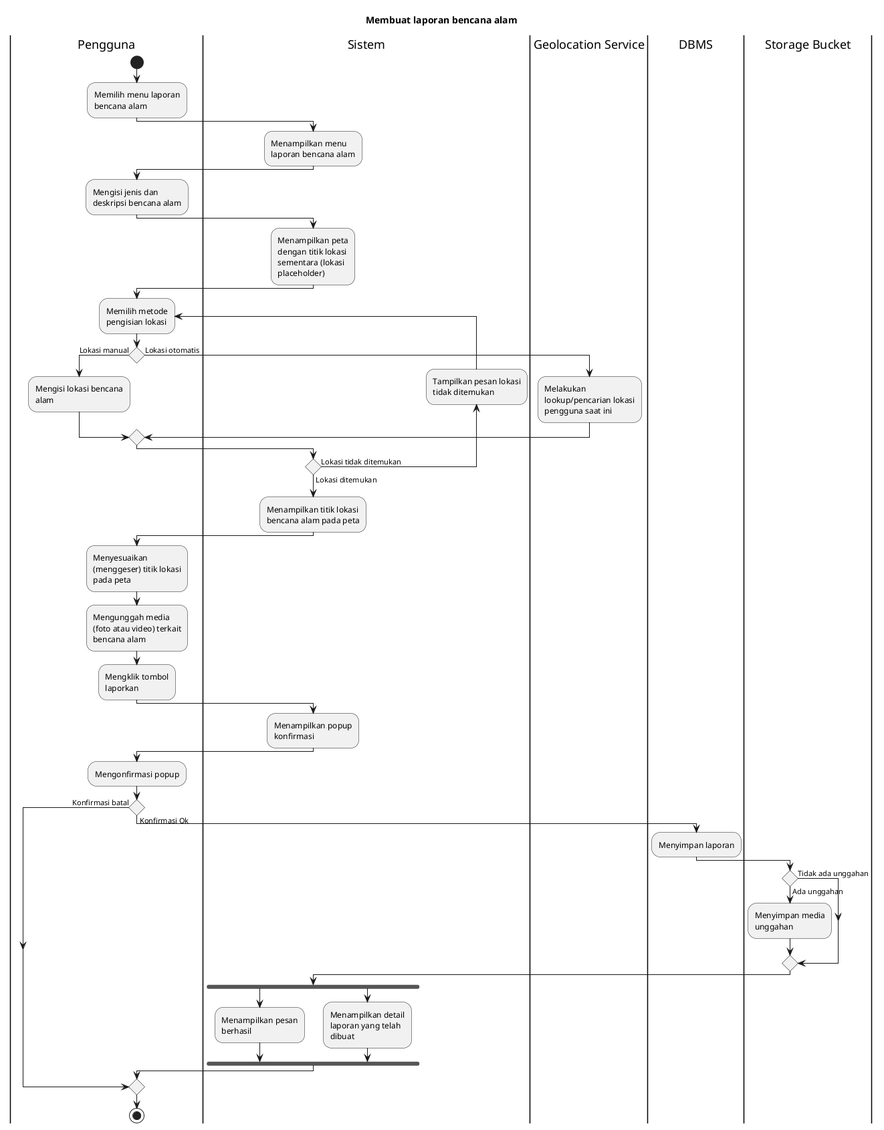
The PlantUML diagram export/Activity Diagrams/UC-MAP - Peta Bencana/UC-MAP-017 - Membuat laporan bencana alam.png in bagusNA/appl-diagrams, before a commit.
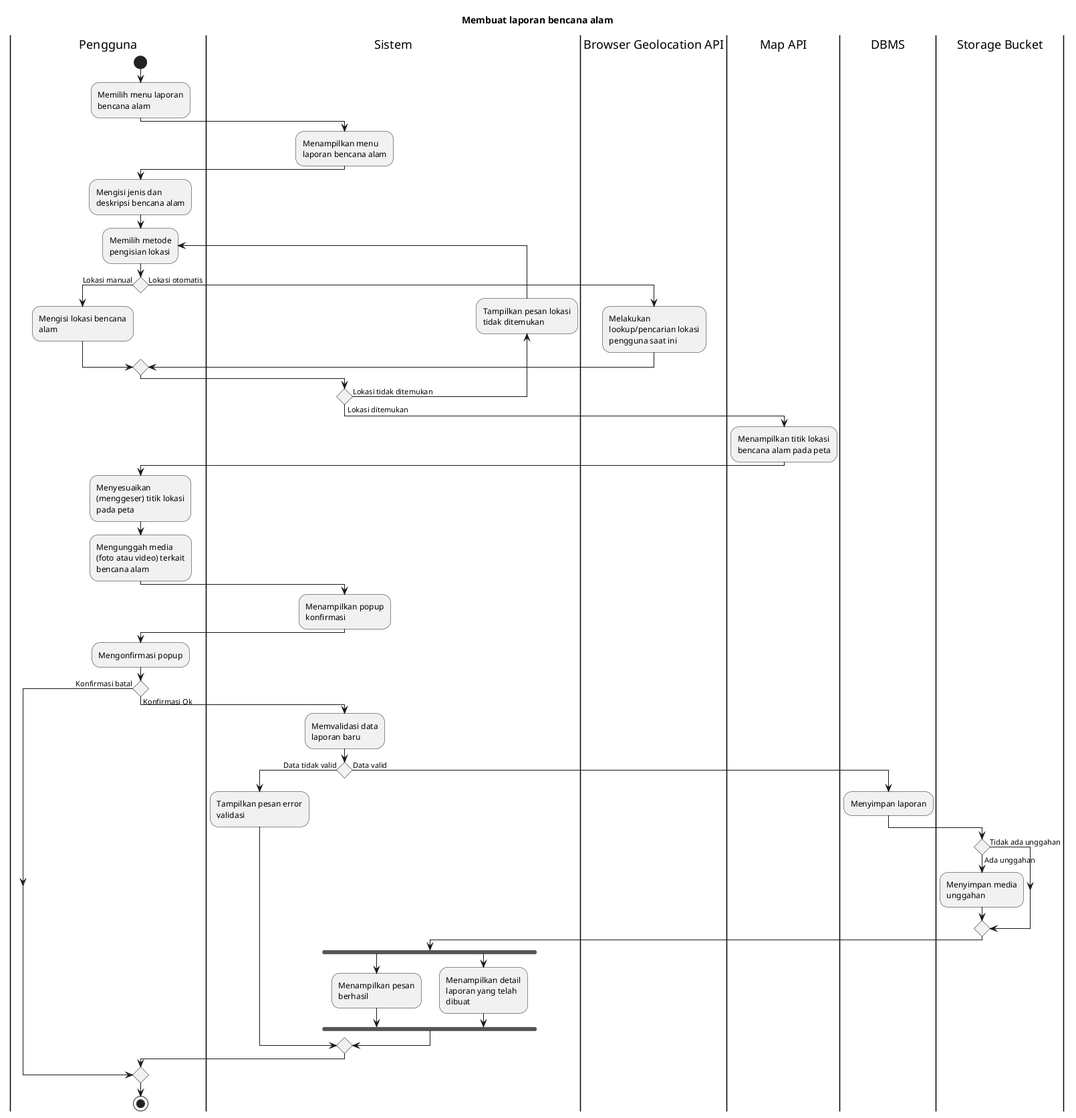
Later version of the same file.

The edit, as a diff of the source:
```diff
@@ -13,33 +13,26 @@
 |Pengguna|
 :Mengisi jenis dan deskripsi bencana alam;
 
-|Sistem|
-:Menampilkan peta dengan titik lokasi sementara (lokasi placeholder);
+repeat :Memilih metode pengisian lokasi;
+  if () then (Lokasi manual)
+    |Pengguna|
+    :Mengisi lokasi bencana alam;
 
-|Pengguna|
-repeat:Memilih metode pengisian lokasi;
-if () then (Lokasi manual)
-  |Pengguna|
-  :Mengisi lokasi bencana alam;
+  else (Lokasi otomatis)
+    |Browser Geolocation API|
+    :Melakukan lookup/pencarian lokasi pengguna saat ini;
+  endif
 
-else (Lokasi otomatis)
-  |Geolocation Service|
-  :Melakukan lookup/pencarian lokasi pengguna saat ini;
-endif
-
-|Sistem|
-backward:Tampilkan pesan lokasi tidak ditemukan;
+  |Sistem|
+backward :Tampilkan pesan lokasi tidak ditemukan;
 repeat while () is (Lokasi tidak ditemukan) not (Lokasi ditemukan)
 
-|Sistem|
+|Map API|
 :Menampilkan titik lokasi bencana alam pada peta;
 
 |Pengguna|
 :Menyesuaikan (menggeser) titik lokasi pada peta;
-
-|Pengguna|
 :Mengunggah media (foto atau video) terkait bencana alam;
-:Mengklik tombol laporkan;
 
 |Sistem|
 :Menampilkan popup konfirmasi;
@@ -49,21 +42,29 @@
 
 if () then (Konfirmasi batal)
 else (Konfirmasi Ok)
-  |DBMS|
-  :Menyimpan laporan;
+  |Sistem|
+  :Memvalidasi data laporan baru;
 
-  |Storage Bucket|
-  if () then (Tidak ada unggahan)
-  else (Ada unggahan)
-    :Menyimpan media unggahan;
+  if () then (Data tidak valid)
+    |Sistem|
+    :Tampilkan pesan error validasi;
+  else (Data valid)
+    |DBMS|
+    :Menyimpan laporan;
+
+    |Storage Bucket|
+    if () then (Tidak ada unggahan)
+    else (Ada unggahan)
+      :Menyimpan media unggahan;
+    endif
+
+    |Sistem|
+    fork
+      :Menampilkan pesan berhasil;
+    fork again
+      :Menampilkan detail laporan yang telah dibuat;
+    endfork
   endif
-
-  |Sistem|
-  fork
-    :Menampilkan pesan berhasil;
-  fork again
-    :Menampilkan detail laporan yang telah dibuat;
-  endfork
 endif
 
 |Pengguna|
```
